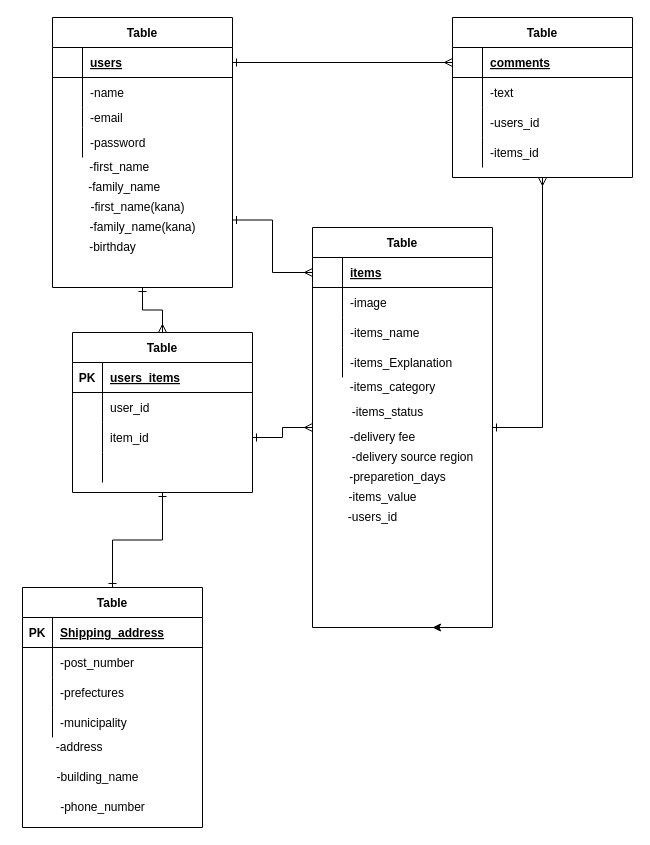
This is furima.dio from takehiko0325/furima-31801, a draw.io file, before an edit. Source tidied: cells renumbered, new cells numbered last; positions are measured from the earlier drawing's top-left corner, leaving out a move shared by most shapes. Both pictures are drawn from the tidied source at 100%, with x=0, y=0 at pixel (17, 17).
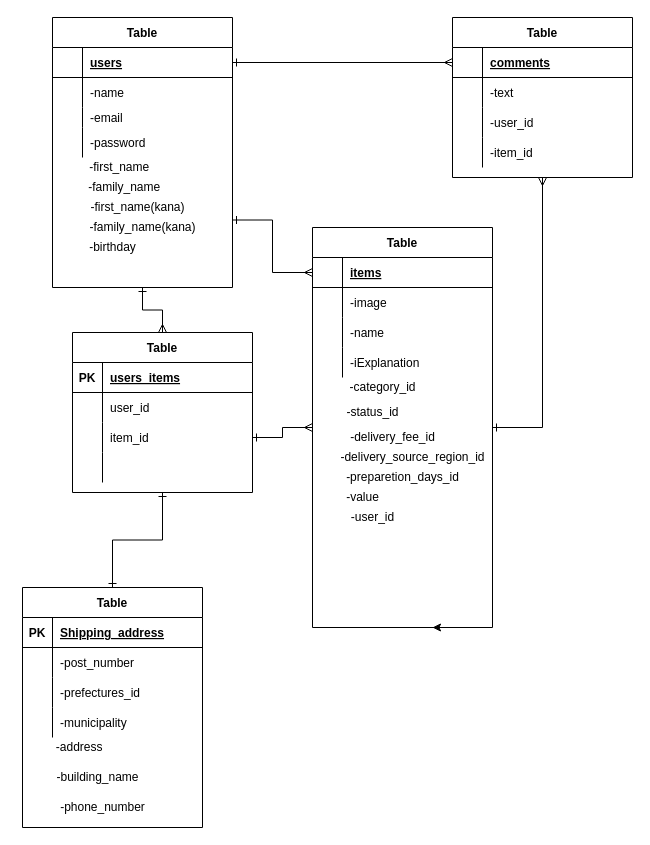
After the change.

Commit message (it also covers changes not shown here):
データベース

The change refers to these unchanged cells:
```xml
<mxCell id="29" style="shape=partialRectangle;fillColor=none;top=0;left=0;bottom=0;right=0;" parent="22" vertex="1">
  <mxGeometry y="90" width="180" height="30" as="geometry" />
</mxCell>
<mxCell id="32" style="shape=partialRectangle;fillColor=none;top=0;left=0;bottom=0;right=0;" parent="22" vertex="1">
  <mxGeometry y="120" width="180" height="30" as="geometry" />
</mxCell>
<mxCell id="53" style="shape=partialRectangle;fillColor=none;top=0;left=0;bottom=0;right=0;" parent="46" vertex="1">
  <mxGeometry y="90" width="180" height="30" as="geometry" />
</mxCell>
<mxCell id="68" style="shape=partialRectangle;fillColor=none;top=0;left=0;bottom=0;right=0;" parent="61" vertex="1">
  <mxGeometry y="90" width="180" height="30" as="geometry" />
</mxCell>
<mxCell id="71" style="shape=partialRectangle;fillColor=none;top=0;left=0;bottom=0;right=0;" parent="61" vertex="1">
  <mxGeometry y="120" width="180" height="30" as="geometry" />
</mxCell>
```

Change to the diagram source:
```diff
@@
-    <mxCell id="31" value="-users_id" style="shape=partialRectangle;fillColor=none;top=0;left=0;bottom=0;right=0;align=left;spacingLeft=6;overflow=hidden;" parent="29" vertex="1">
+    <mxCell id="31" value="-user_id" style="shape=partialRectangle;fillColor=none;top=0;left=0;bottom=0;right=0;align=left;spacingLeft=6;overflow=hidden;" parent="29" vertex="1">
       <mxGeometry x="30" width="150" height="30" as="geometry" />
     </mxCell>
@@
-    <mxCell id="34" value="-items_id" style="shape=partialRectangle;fillColor=none;top=0;left=0;bottom=0;right=0;align=left;spacingLeft=6;overflow=hidden;" parent="32" vertex="1">
+    <mxCell id="34" value="-item_id" style="shape=partialRectangle;fillColor=none;top=0;left=0;bottom=0;right=0;align=left;spacingLeft=6;overflow=hidden;" parent="32" vertex="1">
       <mxGeometry x="30" width="150" height="30" as="geometry" />
     </mxCell>
@@
-    <mxCell id="36" value="-items_category" style="text;html=1;align=center;verticalAlign=middle;" parent="1" vertex="1">
-      <mxGeometry x="325" y="360" width="100" height="20" as="geometry" />
+    <mxCell id="36" value="-category_id" style="text;html=1;align=center;verticalAlign=middle;" parent="1" vertex="1">
+      <mxGeometry x="325" y="360" width="80" height="20" as="geometry" />
     </mxCell>
-    <mxCell id="37" value="-items_status" style="text;html=1;align=center;verticalAlign=middle;" parent="1" vertex="1">
-      <mxGeometry x="325" y="385" width="90" height="20" as="geometry" />
+    <mxCell id="37" value="-status_id" style="text;html=1;align=center;verticalAlign=middle;" parent="1" vertex="1">
+      <mxGeometry x="320" y="385" width="70" height="20" as="geometry" />
     </mxCell>
-    <mxCell id="38" value="-delivery fee" style="text;html=1;align=center;verticalAlign=middle;" parent="1" vertex="1">
-      <mxGeometry x="325" y="410" width="80" height="20" as="geometry" />
+    <mxCell id="38" value="-delivery_fee_id" style="text;html=1;align=center;verticalAlign=middle;" parent="1" vertex="1">
+      <mxGeometry x="325" y="410" width="100" height="20" as="geometry" />
     </mxCell>
-    <mxCell id="39" value="-delivery source region" style="text;html=1;align=center;verticalAlign=middle;" parent="1" vertex="1">
-      <mxGeometry x="325" y="430" width="140" height="20" as="geometry" />
+    <mxCell id="39" value="-delivery_source_region_id" style="text;html=1;align=center;verticalAlign=middle;" parent="1" vertex="1">
+      <mxGeometry x="315" y="430" width="160" height="20" as="geometry" />
     </mxCell>
-    <mxCell id="40" value="-preparetion_days" style="text;html=1;align=center;verticalAlign=middle;" parent="1" vertex="1">
-      <mxGeometry x="325" y="450" width="110" height="20" as="geometry" />
+    <mxCell id="40" value="-preparetion_days_id" style="text;html=1;align=center;verticalAlign=middle;" parent="1" vertex="1">
+      <mxGeometry x="320" y="450" width="130" height="20" as="geometry" />
     </mxCell>
-    <mxCell id="41" value="-items_value" style="text;html=1;align=center;verticalAlign=middle;" parent="1" vertex="1">
-      <mxGeometry x="325" y="470" width="80" height="20" as="geometry" />
+    <mxCell id="41" value="-value" style="text;html=1;align=center;verticalAlign=middle;" parent="1" vertex="1">
+      <mxGeometry x="320" y="470" width="50" height="20" as="geometry" />
     </mxCell>
@@
-    <mxCell id="55" value="-prefectures" style="shape=partialRectangle;fillColor=none;top=0;left=0;bottom=0;right=0;align=left;spacingLeft=6;overflow=hidden;" parent="53" vertex="1">
+    <mxCell id="55" value="-prefectures_id" style="shape=partialRectangle;fillColor=none;top=0;left=0;bottom=0;right=0;align=left;spacingLeft=6;overflow=hidden;" parent="53" vertex="1">
       <mxGeometry x="30" width="150" height="30" as="geometry" />
     </mxCell>
@@
-    <mxCell id="70" value="-items_name" style="shape=partialRectangle;fillColor=none;top=0;left=0;bottom=0;right=0;align=left;spacingLeft=6;overflow=hidden;" parent="68" vertex="1">
+    <mxCell id="70" value="-name" style="shape=partialRectangle;fillColor=none;top=0;left=0;bottom=0;right=0;align=left;spacingLeft=6;overflow=hidden;" parent="68" vertex="1">
       <mxGeometry x="30" width="150" height="30" as="geometry" />
     </mxCell>
@@
-    <mxCell id="73" value="-items_Explanation" style="shape=partialRectangle;fillColor=none;top=0;left=0;bottom=0;right=0;align=left;spacingLeft=6;overflow=hidden;" parent="71" vertex="1">
+    <mxCell id="73" value="-iExplanation" style="shape=partialRectangle;fillColor=none;top=0;left=0;bottom=0;right=0;align=left;spacingLeft=6;overflow=hidden;" parent="71" vertex="1">
       <mxGeometry x="30" width="150" height="30" as="geometry" />
     </mxCell>
@@
-    <mxCell id="88" value="-users_id" style="text;html=1;align=center;verticalAlign=middle;" parent="1" vertex="1">
+    <mxCell id="88" value="-user_id" style="text;html=1;align=center;verticalAlign=middle;" parent="1" vertex="1">
       <mxGeometry x="325" y="490" width="60" height="20" as="geometry" />
     </mxCell>
```
